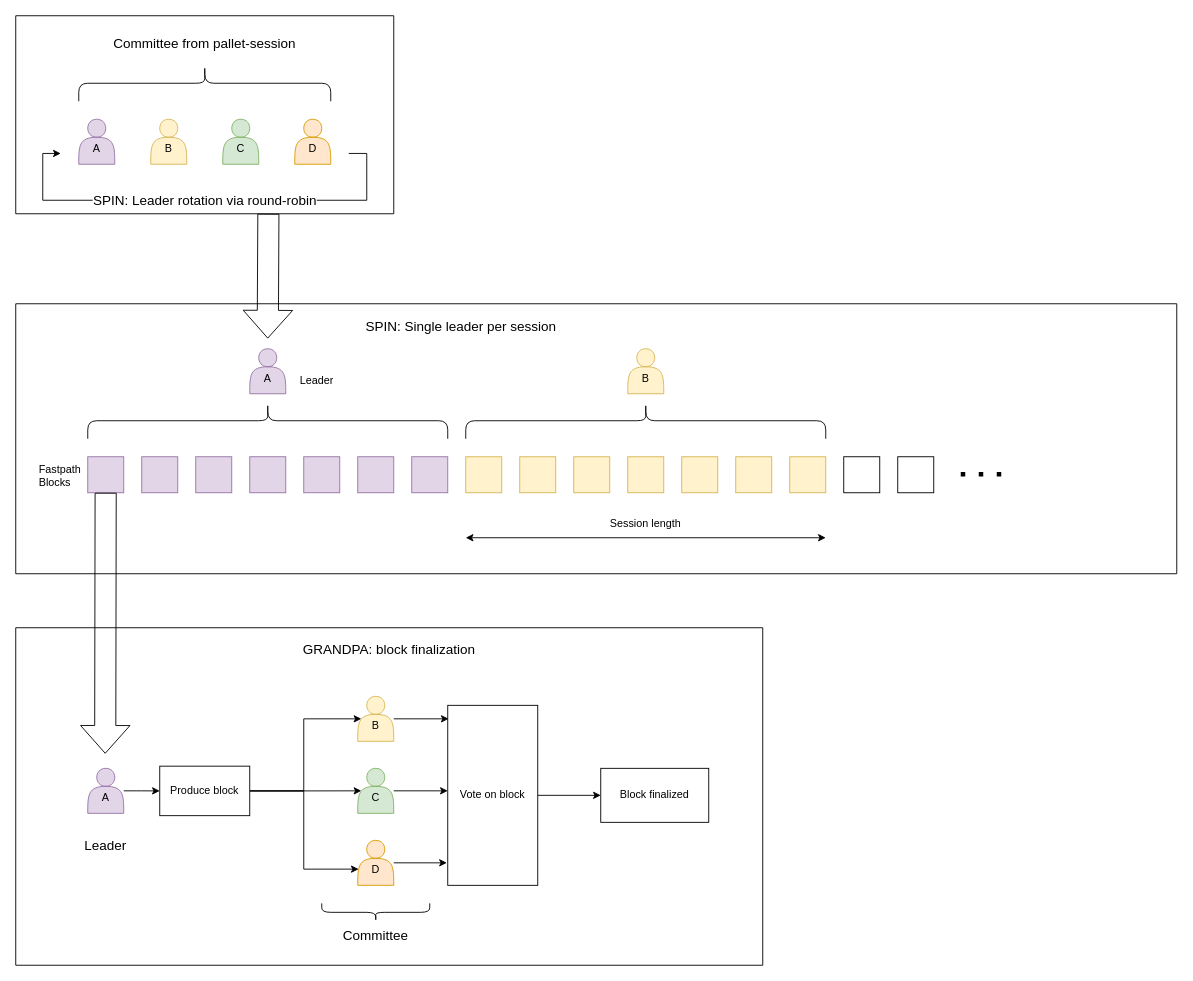
The draw.io diagram docs/SPIN/fastchain_architecture.drawio in QuantumFusion-network/spec, before the edit. Source tidied: cells renumbered, new cells numbered last; positions are measured from the earlier drawing's top-left corner, leaving out a move shared by most shapes. Both pictures are drawn from the tidied source at 90%, with x=0, y=0 at pixel (15, 15).
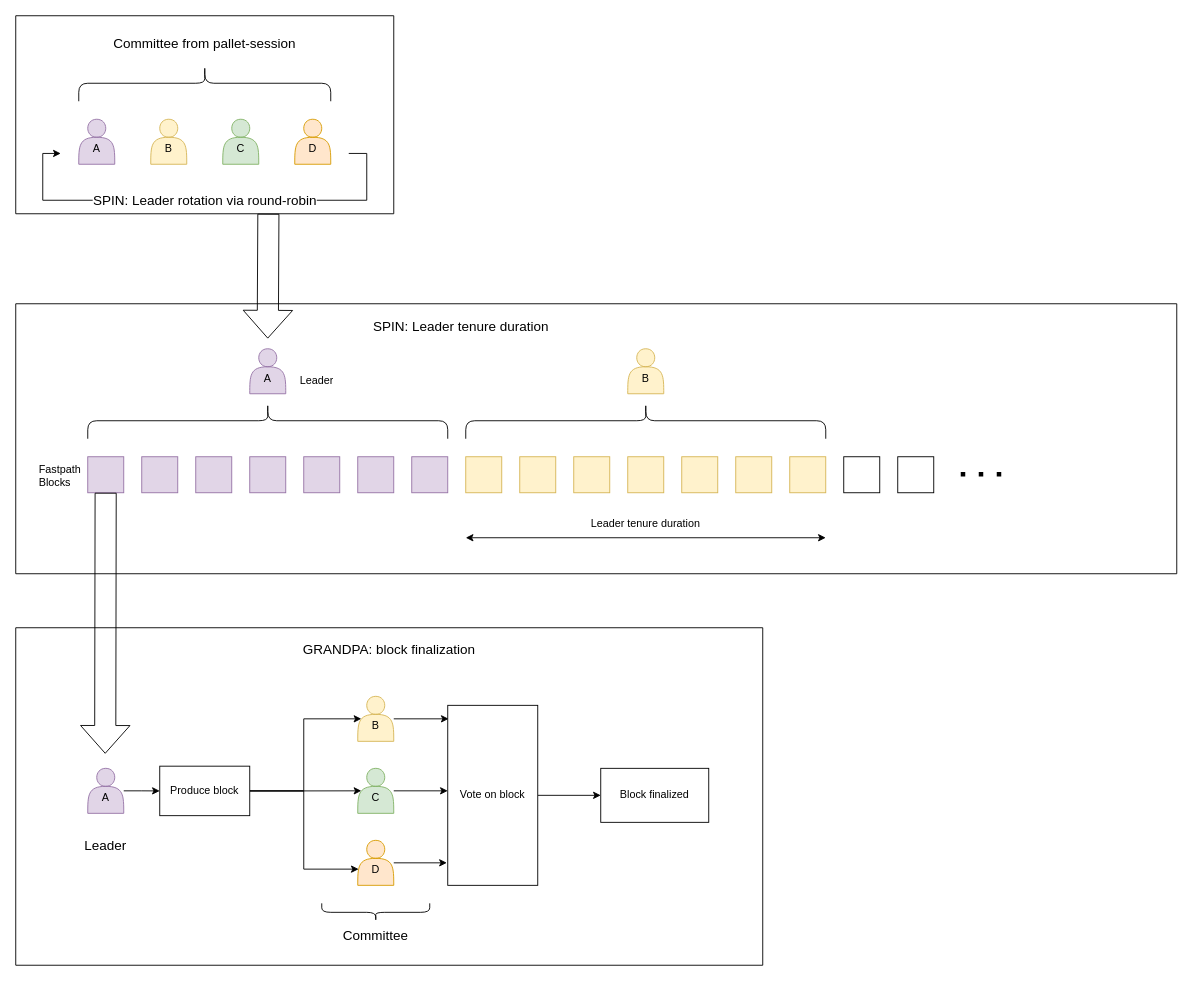
The same diagram, later.

Commit message (it also covers changes not shown here):
Rename "session" to "leader tenure"

Unchanged cells that the change refers to:
```xml
<mxCell id="30" style="swimlane;startSize=0;" parent="1" vertex="1">
  <mxGeometry y="320" width="1290" height="300" as="geometry" />
</mxCell>
```

The edit, as a diff of the source:
```diff
@@
-    <mxCell id="47" value="SPIN: Single leader per session" style="text;strokeColor=none;fillColor=none;align=center;verticalAlign=middle;spacingLeft=4;spacingRight=4;overflow=hidden;whiteSpace=wrap;html=1;fontStyle=0;fontSize=15;" parent="30" vertex="1">
+    <mxCell id="47" value="SPIN: Leader tenure duration" style="text;strokeColor=none;fillColor=none;align=center;verticalAlign=middle;spacingLeft=4;spacingRight=4;overflow=hidden;whiteSpace=wrap;html=1;fontStyle=0;fontSize=15;" parent="30" vertex="1">
       <mxGeometry x="370" y="10" width="250" height="30" as="geometry" />
     </mxCell>
@@
-    <mxCell id="53" value="Session length" style="text;strokeColor=none;fillColor=none;align=center;verticalAlign=middle;spacingLeft=4;spacingRight=4;overflow=hidden;whiteSpace=wrap;html=1;" parent="30" vertex="1">
-      <mxGeometry x="650" y="230" width="100" height="30" as="geometry" />
+    <mxCell id="53" value="Leader tenure duration" style="text;strokeColor=none;fillColor=none;align=center;verticalAlign=middle;spacingLeft=4;spacingRight=4;overflow=hidden;whiteSpace=wrap;html=1;" parent="30" vertex="1">
+      <mxGeometry x="625" y="230" width="150" height="30" as="geometry" />
     </mxCell>
```
